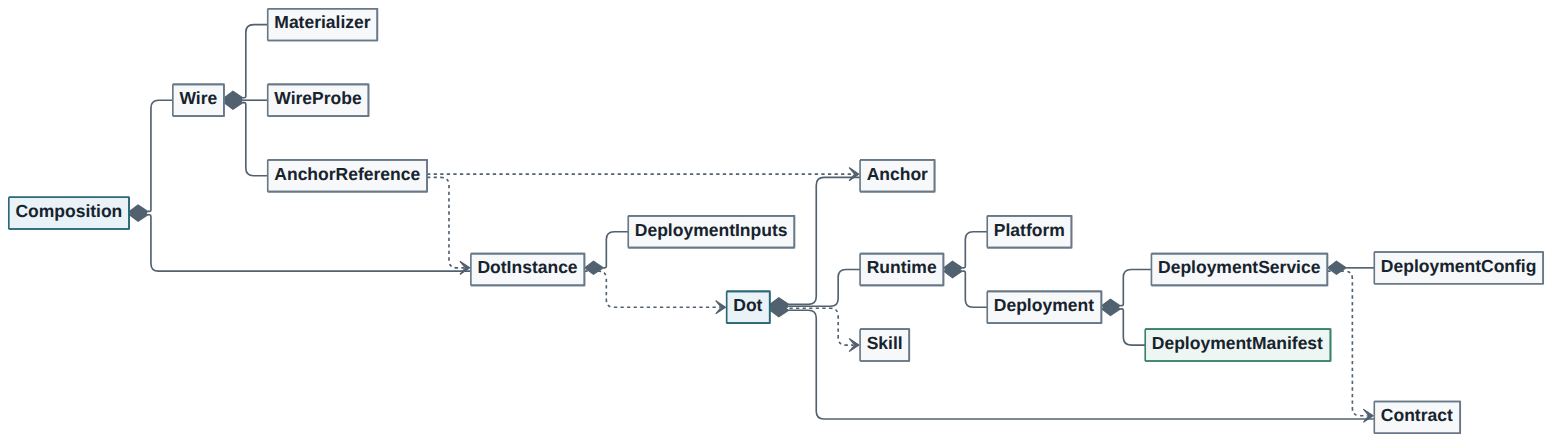
Above: DOT-Design/next/dot-design/_images/diagrams/domain-a4.png in MARE-EU-Project/DOT-Docs (Mermaid), before the change. Its source is kept beside it as DOT-Design/next/dot-design/_attachments/diagrams/domain-a4.mmd.
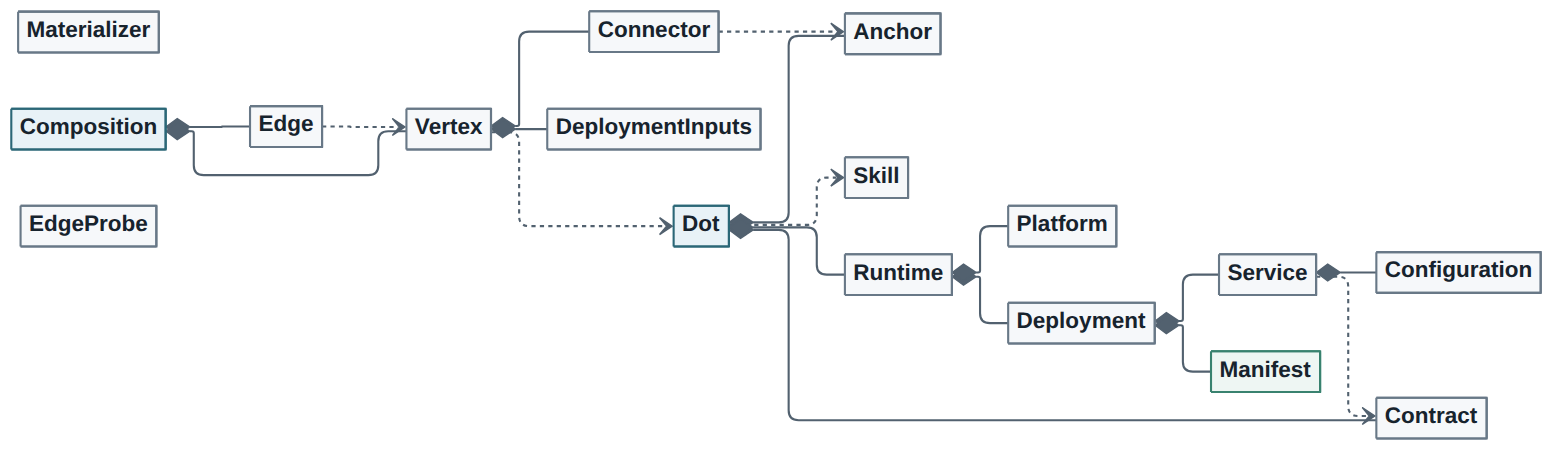
Above is the later version.

Change to the diagram source:
```diff
@@ -19,49 +19,47 @@
   class Runtime
   class Platform
   class Deployment
-  class DeploymentManifest
-  class DeploymentService
-  class DeploymentConfig
+  class Manifest
+  class Service
+  class Configuration
   class Composition
-  class DotInstance
-  class Wire
-  class AnchorReference
+  class Vertex
+  class Edge
+  class Connector
   class Materializer
   class DeploymentInputs
-  class WireProbe
+  class EdgeProbe
   Dot ..> Skill
   Dot *-- Anchor
   Dot *-- Contract
   Dot *-- Runtime
-  Composition *-- DotInstance
-  Composition *-- Wire
-  DotInstance *-- DeploymentInputs
-  Wire *-- AnchorReference
-  Wire *-- Materializer
-  Wire *-- WireProbe
-  DeploymentService ..> Contract
-  DeploymentService *-- DeploymentConfig
-  Deployment *-- DeploymentService
-  Deployment *-- DeploymentManifest
+  Composition *-- Edge
+  Composition *-- Vertex
+  Vertex *-- Connector
+  Vertex *-- DeploymentInputs
+  Deployment *-- Service
+  Deployment *-- Manifest
+  Service ..> Contract
+  Service *-- Configuration
   Runtime *-- Deployment
   Runtime *-- Platform
-  DotInstance ..> Dot
-  AnchorReference ..> DotInstance
-  AnchorReference ..> Anchor
+  Vertex ..> Dot
+  Edge ..> Vertex
+  Connector ..> Anchor
   style Dot fill:#e8f2f7,stroke:#2b6777,color:#17232d,stroke-width:1.5px
   style Skill fill:#f6f8fa,stroke:#687887,color:#17232d,stroke-width:1.5px
   style Anchor fill:#f6f8fa,stroke:#687887,color:#17232d,stroke-width:1.5px
-  style AnchorReference fill:#f6f8fa,stroke:#687887,color:#17232d,stroke-width:1.5px
   style Composition fill:#e8f2f7,stroke:#2b6777,color:#17232d,stroke-width:1.5px
+  style Connector fill:#f6f8fa,stroke:#687887,color:#17232d,stroke-width:1.5px
   style DeploymentInputs fill:#f6f8fa,stroke:#687887,color:#17232d,stroke-width:1.5px
-  style DotInstance fill:#f6f8fa,stroke:#687887,color:#17232d,stroke-width:1.5px
+  style Edge fill:#f6f8fa,stroke:#687887,color:#17232d,stroke-width:1.5px
+  style EdgeProbe fill:#f6f8fa,stroke:#687887,color:#17232d,stroke-width:1.5px
   style Materializer fill:#f6f8fa,stroke:#687887,color:#17232d,stroke-width:1.5px
-  style Wire fill:#f6f8fa,stroke:#687887,color:#17232d,stroke-width:1.5px
-  style WireProbe fill:#f6f8fa,stroke:#687887,color:#17232d,stroke-width:1.5px
+  style Vertex fill:#f6f8fa,stroke:#687887,color:#17232d,stroke-width:1.5px
   style Contract fill:#f6f8fa,stroke:#687887,color:#17232d,stroke-width:1.5px
   style Deployment fill:#f6f8fa,stroke:#687887,color:#17232d,stroke-width:1.5px
-  style DeploymentService fill:#f6f8fa,stroke:#687887,color:#17232d,stroke-width:1.5px
-  style DeploymentConfig fill:#f6f8fa,stroke:#687887,color:#17232d,stroke-width:1.5px
-  style DeploymentManifest fill:#eef6f3,stroke:#39826f,color:#17232d,stroke-width:1.5px
+  style Service fill:#f6f8fa,stroke:#687887,color:#17232d,stroke-width:1.5px
+  style Configuration fill:#f6f8fa,stroke:#687887,color:#17232d,stroke-width:1.5px
+  style Manifest fill:#eef6f3,stroke:#39826f,color:#17232d,stroke-width:1.5px
   style Runtime fill:#f6f8fa,stroke:#687887,color:#17232d,stroke-width:1.5px
   style Platform fill:#f6f8fa,stroke:#687887,color:#17232d,stroke-width:1.5px
```
